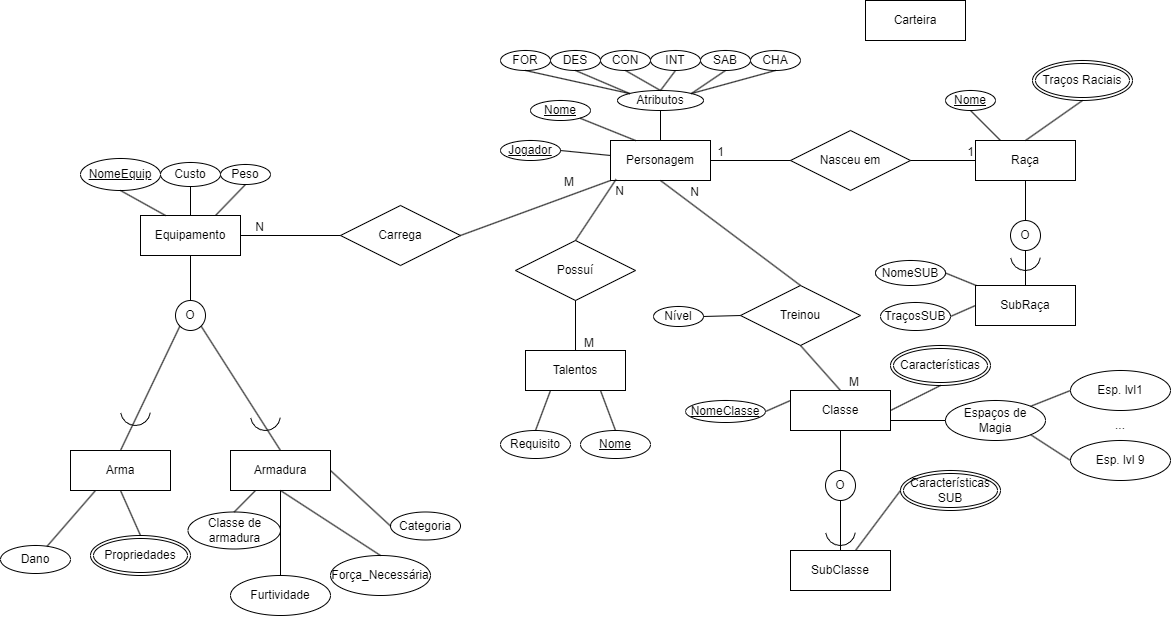
Above: DER.png in VitorFonseca123/DnD-RPG (draw.io), before the change. Source tidied: cells renumbered, new cells last; positions are measured from the earlier drawing's top-left corner, leaving out a move shared by most shapes.
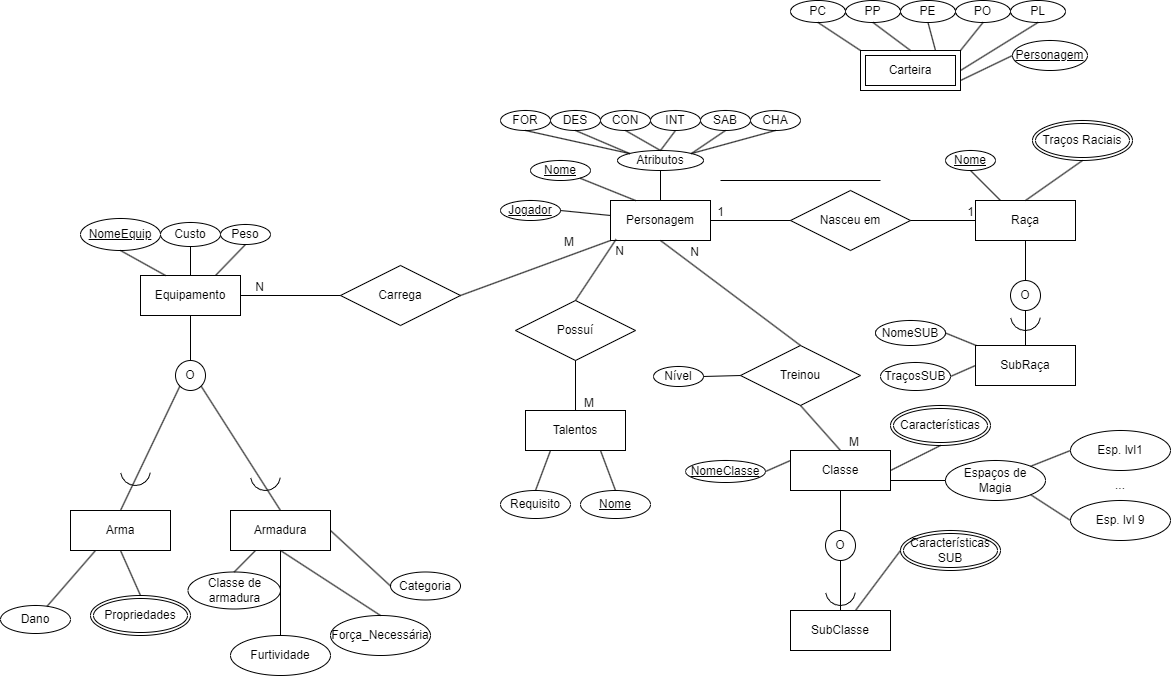
Later version of the same file.

Diff of the diagram source:
```diff
@@ -334,8 +334,50 @@
     <mxCell id="107" value="..." style="text;html=1;strokeColor=none;fillColor=none;align=center;verticalAlign=middle;whiteSpace=wrap;rounded=0;" parent="1" vertex="1">
       <mxGeometry x="1090" y="410" width="60" height="30" as="geometry" />
     </mxCell>
-    <mxCell id="108" value="Carteira" style="whiteSpace=wrap;html=1;align=center;" parent="1" vertex="1">
-      <mxGeometry x="865" width="100" height="40" as="geometry" />
+    <mxCell id="108" value="Carteira" style="shape=ext;margin=3;double=1;whiteSpace=wrap;html=1;align=center;" parent="1" vertex="1">
+      <mxGeometry x="860" y="-10" width="100" height="40" as="geometry" />
     </mxCell>
+    <mxCell id="109" value="PE" style="ellipse;whiteSpace=wrap;html=1;align=center;" parent="1" vertex="1">
+      <mxGeometry x="900" y="-60" width="55" height="22" as="geometry" />
+    </mxCell>
+    <mxCell id="110" value="PC" style="ellipse;whiteSpace=wrap;html=1;align=center;" parent="1" vertex="1">
+      <mxGeometry x="790" y="-60" width="55" height="22" as="geometry" />
+    </mxCell>
+    <mxCell id="111" value="PP" style="ellipse;whiteSpace=wrap;html=1;align=center;" parent="1" vertex="1">
+      <mxGeometry x="845" y="-60" width="55" height="22" as="geometry" />
+    </mxCell>
+    <mxCell id="112" value="PO" style="ellipse;whiteSpace=wrap;html=1;align=center;" parent="1" vertex="1">
+      <mxGeometry x="955" y="-60" width="55" height="22" as="geometry" />
+    </mxCell>
+    <mxCell id="113" value="PL" style="ellipse;whiteSpace=wrap;html=1;align=center;" parent="1" vertex="1">
+      <mxGeometry x="1010" y="-60" width="55" height="22" as="geometry" />
+    </mxCell>
+    <mxCell id="114" value="&lt;u&gt;Personagem&lt;/u&gt;" style="ellipse;whiteSpace=wrap;html=1;align=center;" parent="1" vertex="1">
+      <mxGeometry x="1012" y="-20" width="75" height="30" as="geometry" />
+    </mxCell>
+    <mxCell id="115" style="endArrow=none;html=1;rounded=0;exitX=0;exitY=0.5;exitDx=0;exitDy=0;entryX=1;entryY=0.75;entryDx=0;entryDy=0;" parent="1" edge="1" source="114" target="108">
+      <mxGeometry relative="1" as="geometry" />
+    </mxCell>
+    <mxCell id="116" style="endArrow=none;html=1;rounded=0;" parent="1" edge="1">
+      <mxGeometry relative="1" as="geometry">
+        <mxPoint x="720" y="120" as="sourcePoint" />
+        <mxPoint x="880" y="120" as="targetPoint" />
+      </mxGeometry>
+    </mxCell>
+    <mxCell id="117" style="endArrow=none;html=1;rounded=0;exitX=0.5;exitY=1;exitDx=0;exitDy=0;entryX=1;entryY=0.5;entryDx=0;entryDy=0;" parent="1" edge="1" source="113" target="108">
+      <mxGeometry relative="1" as="geometry" />
+    </mxCell>
+    <mxCell id="118" style="endArrow=none;html=1;rounded=0;exitX=0.5;exitY=1;exitDx=0;exitDy=0;entryX=1;entryY=0;entryDx=0;entryDy=0;" parent="1" edge="1" source="112" target="108">
+      <mxGeometry relative="1" as="geometry" />
+    </mxCell>
+    <mxCell id="119" style="endArrow=none;html=1;rounded=0;exitX=0.5;exitY=1;exitDx=0;exitDy=0;entryX=0.75;entryY=0;entryDx=0;entryDy=0;" parent="1" edge="1" source="109" target="108">
+      <mxGeometry relative="1" as="geometry" />
+    </mxCell>
+    <mxCell id="120" style="endArrow=none;html=1;rounded=0;exitX=0.5;exitY=1;exitDx=0;exitDy=0;entryX=0.5;entryY=0;entryDx=0;entryDy=0;" parent="1" edge="1" source="111" target="108">
+      <mxGeometry relative="1" as="geometry" />
+    </mxCell>
+    <mxCell id="121" style="endArrow=none;html=1;rounded=0;exitX=0.5;exitY=1;exitDx=0;exitDy=0;entryX=0;entryY=0;entryDx=0;entryDy=0;" parent="1" edge="1" source="110" target="108">
+      <mxGeometry relative="1" as="geometry" />
+    </mxCell>
   </root>
 </mxGraphModel>
```
